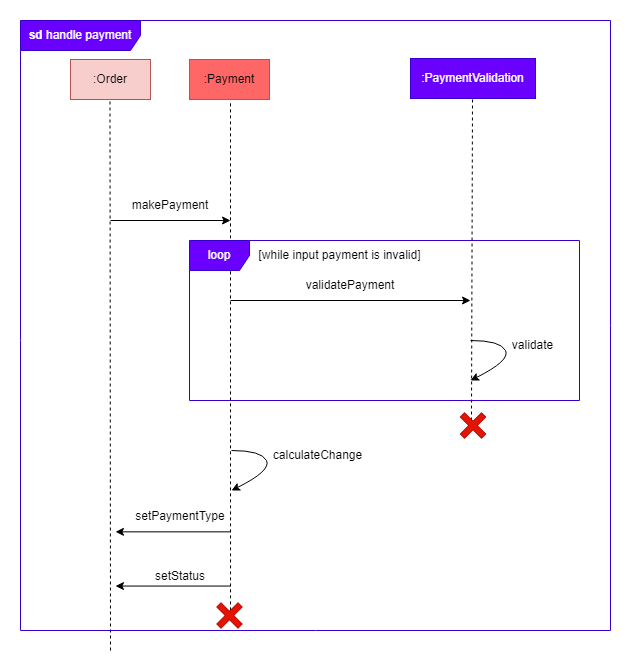
This is docs/images/developersGuide/handlePayment.png from yuanners/tp, a draw.io export, as it was before one commit. Source tidied: cells renumbered, new cells last; positions are measured from the earlier drawing's top-left corner, leaving out a move shared by most shapes.
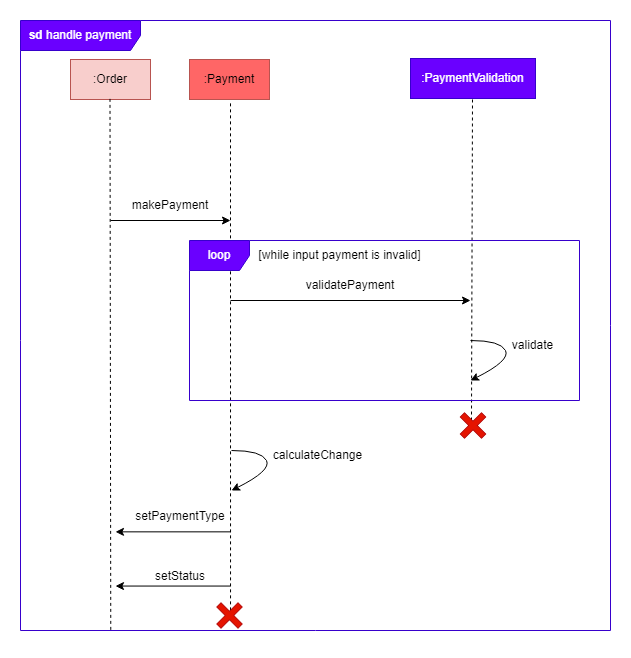
The same file after the commit.

The edit, as a diff of the source:
```diff
@@ -5,9 +5,8 @@
     <mxCell id="2" value=":Order" style="rounded=0;whiteSpace=wrap;html=1;fillColor=#f8cecc;strokeColor=#b85450;" parent="1" vertex="1">
       <mxGeometry x="50" y="39" width="80" height="40" as="geometry" />
     </mxCell>
-    <mxCell id="3" style="endArrow=none;dashed=1;html=1;rounded=0;" parent="1" edge="1">
+    <mxCell id="3" style="endArrow=none;dashed=1;html=1;rounded=0;exitX=0.153;exitY=0.999;exitDx=0;exitDy=0;exitPerimeter=0;" parent="1" edge="1" source="5">
       <mxGeometry relative="1" as="geometry">
-        <mxPoint x="90" y="630" as="sourcePoint" />
         <mxPoint x="89.5" y="78" as="targetPoint" />
       </mxGeometry>
     </mxCell>
```
